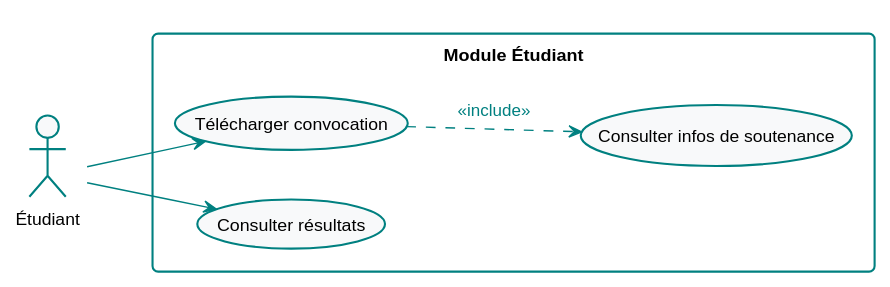
This is diagrams/svg/uc_student.svg from abdelaziz-ebourki/system-gestion-soutenance-docs, a PlantUML export, as it was before one commit. Its diagram source:
```plantuml
@startuml

skinparam shadowing false
skinparam roundcorner 8
skinparam Padding 5
skinparam defaultFontName "SansSerif"
skinparam defaultFontSize 12

skinparam ActivityBackgroundColor #F8F9FA
skinparam ActivityBorderColor #008080
skinparam ActivityDiamondBackgroundColor #E67E22
skinparam ActivityDiamondBorderColor #E67E22
skinparam ActivityDiamondFontColor #FFFFFF

skinparam ActorBackgroundColor #F8F9FA
skinparam ActorBorderColor #008080

skinparam ClassBackgroundColor #F8F9FA
skinparam ClassBorderColor #008080
skinparam ClassHeaderBackgroundColor #008080
skinparam ClassAttributeIconSize 0

skinparam ComponentBackgroundColor #F8F9FA
skinparam ComponentBorderColor #008080

skinparam DatabaseBackgroundColor #F8F9FA
skinparam DatabaseBorderColor #008080

skinparam NoteBackgroundColor #FFF2E6
skinparam NoteBorderColor #E67E22

skinparam StateBackgroundColor #F8F9FA
skinparam StateBorderColor #008080

skinparam UsecaseBackgroundColor #F8F9FA
skinparam UsecaseBorderColor #008080

skinparam SequenceGroupBackgroundColor #F8F9FA
skinparam SequenceGroupBorderColor #008080
skinparam SequenceLifeLineBorderColor #008080
skinparam SequenceParticipantBackgroundColor #F8F9FA
skinparam SequenceParticipantBorderColor #008080
skinparam ControlBackgroundColor #F8F9FA
skinparam ControlBorderColor #008080
skinparam BoundaryBackgroundColor #F8F9FA
skinparam BoundaryBorderColor #008080
skinparam EntityBackgroundColor #F8F9FA
skinparam EntityBorderColor #008080

skinparam ArrowColor #008080
skinparam ArrowFontColor #008080

skinparam PackageBackgroundColor #FFFFFF
skinparam PackageBorderColor #008080
left to right direction

actor "Étudiant" as Student

rectangle "Module Étudiant" {
    usecase "Télécharger convocation" as UC1
    usecase "Consulter infos de soutenance" as UC2
    usecase "Consulter résultats" as UC3
}

Student --> UC1
Student --> UC3

UC1 ..> UC2 : <<include>>
@enduml
```
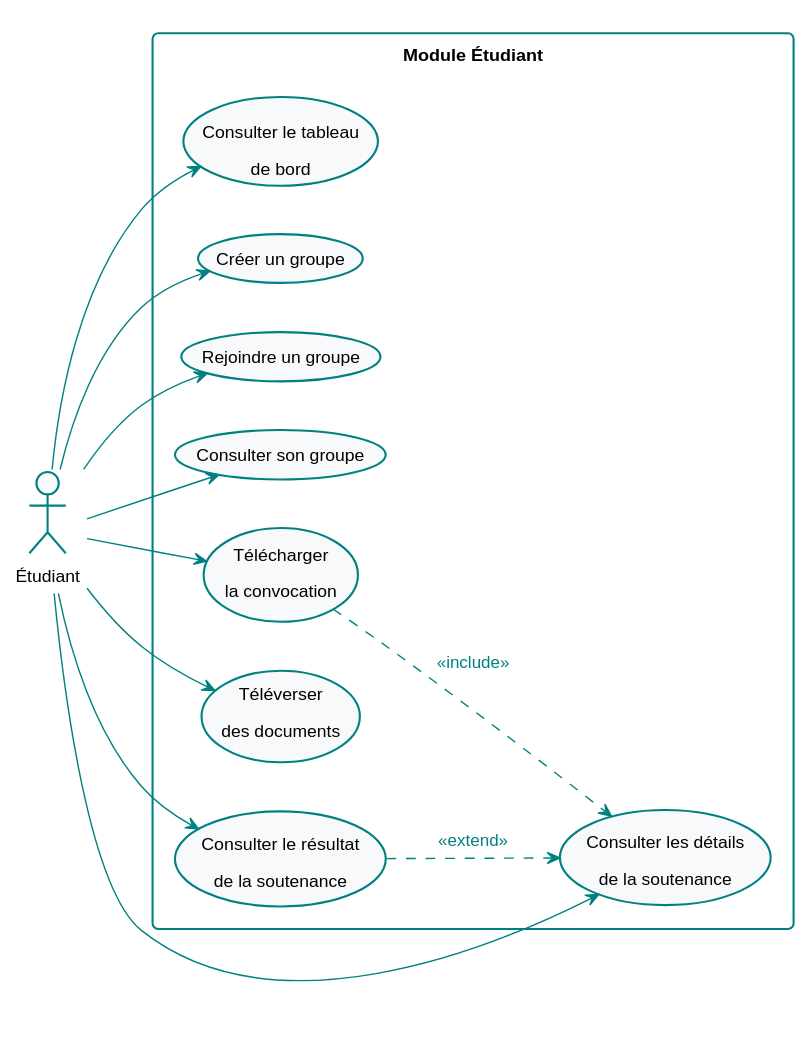
After the change.

Diff of the diagram source:
```diff
@@ -57,13 +57,25 @@
 actor "Étudiant" as Student
 
 rectangle "Module Étudiant" {
-    usecase "Télécharger convocation" as UC1
-    usecase "Consulter infos de soutenance" as UC2
-    usecase "Consulter résultats" as UC3
+    usecase "Consulter le tableau\nde bord" as Dashboard
+    usecase "Créer un groupe" as CreateGroup
+    usecase "Rejoindre un groupe" as JoinGroup
+    usecase "Consulter son groupe" as ViewGroup
+    usecase "Consulter les détails\nde la soutenance" as DefenseDetails
+    usecase "Télécharger\nla convocation" as DownloadConv
+    usecase "Téléverser\ndes documents" as UploadDocs
+    usecase "Consulter le résultat\nde la soutenance" as Result
 }
 
-Student --> UC1
-Student --> UC3
+DownloadConv ..> DefenseDetails : <<include>>
+Result ..> DefenseDetails : <<extend>>
 
-UC1 ..> UC2 : <<include>>
+Student --> Dashboard
+Student --> CreateGroup
+Student --> JoinGroup
+Student --> ViewGroup
+Student --> DefenseDetails
+Student --> DownloadConv
+Student --> UploadDocs
+Student --> Result
 @enduml
```
